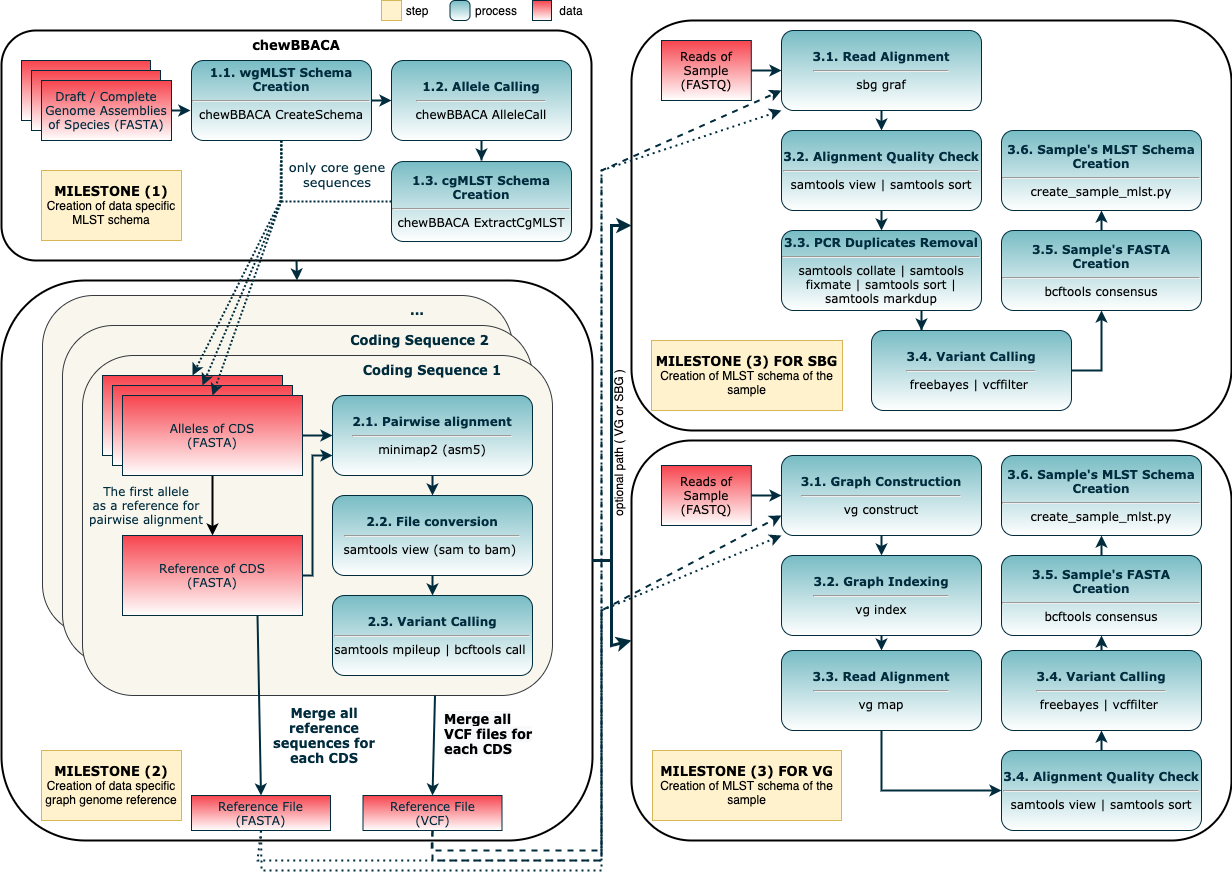
This is images/milestone_pipeline.png from fatmakahveci/milestone, a draw.io export, as it was before one commit. Source tidied: cells renumbered, new cells last; positions are measured from the earlier drawing's top-left corner, leaving out a move shared by most shapes.
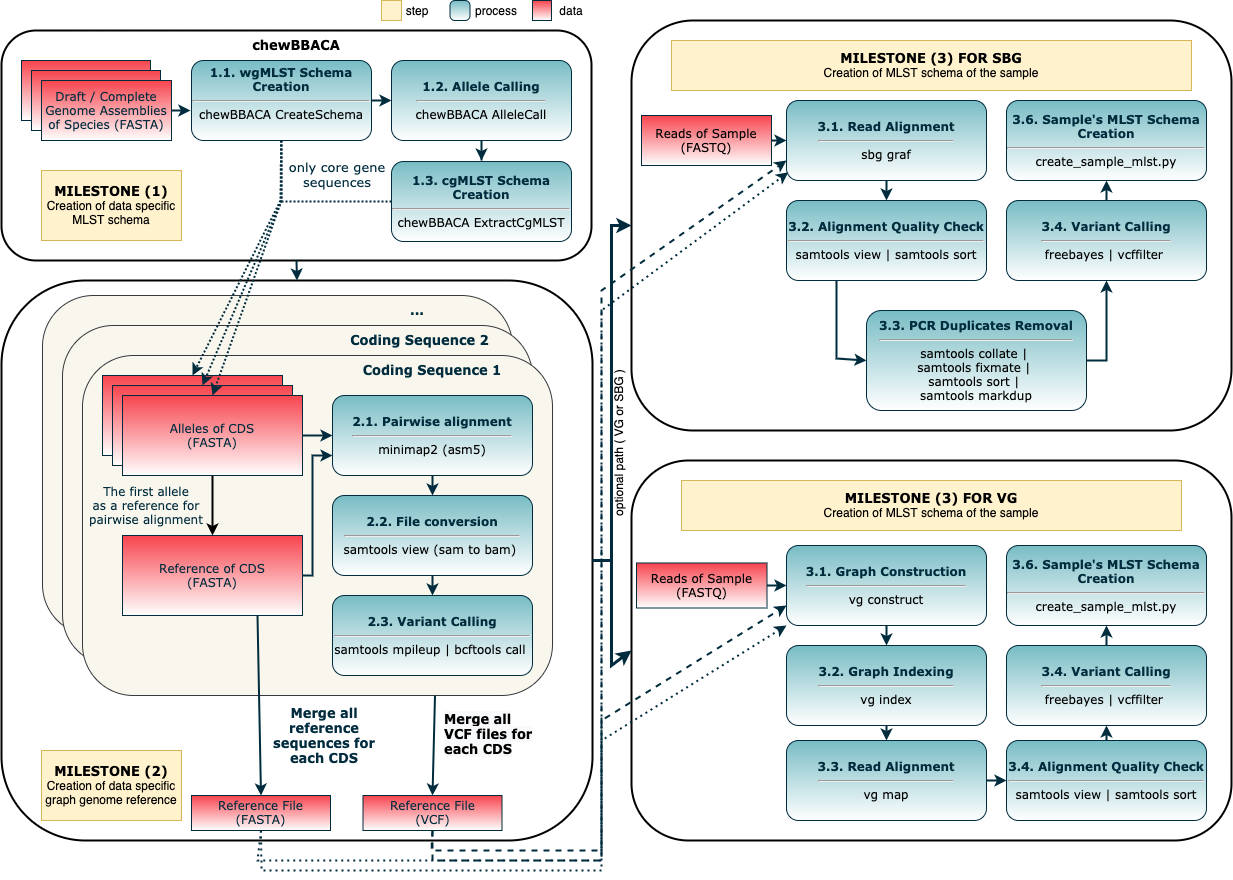
Later version of the same file.

Change to the diagram source:
```diff
@@ -11,3 +11,3 @@
     <mxCell id="4" style="rounded=1;whiteSpace=wrap;html=1;fillColor=none;strokeWidth=2;fontFamily=Verdana;" parent="1" vertex="1">
-      <mxGeometry x="630" y="440" width="600" height="400" as="geometry" />
+      <mxGeometry x="630" y="460" width="600" height="380" as="geometry" />
     </mxCell>
@@ -126,6 +126,6 @@
     <mxCell id="38" value="&lt;font color=&quot;#002c3e&quot;&gt;3.1. Graph Construction&lt;br&gt;&lt;/font&gt;&lt;hr&gt;&lt;span style=&quot;font-weight: 400&quot;&gt;vg construct&lt;/span&gt;" style="rounded=1;whiteSpace=wrap;html=1;fillColor=#78BCC4;strokeColor=#002C3E;glass=0;gradientColor=#ffffff;fontFamily=Verdana;fontStyle=1;" parent="1" vertex="1">
-      <mxGeometry x="780" y="455" width="200" height="80" as="geometry" />
+      <mxGeometry x="785" y="545" width="200" height="80" as="geometry" />
     </mxCell>
     <mxCell id="39" value="Reads of Sample&lt;br&gt;(FASTQ)" style="rounded=0;whiteSpace=wrap;html=1;fillColor=#F7444E;strokeColor=#002C3E;glass=0;gradientColor=#ffffff;fontFamily=Verdana;fontStyle=0;" parent="1" vertex="1">
-      <mxGeometry x="660" y="465" width="89.8" height="60" as="geometry" />
+      <mxGeometry x="635" y="562.5" width="130.5" height="45" as="geometry" />
     </mxCell>
@@ -184,3 +184,3 @@
     <mxCell id="50" value="&lt;span style=&quot;font-family: &amp;#34;verdana&amp;#34; ; font-size: 13px ; font-weight: 700&quot;&gt;MILESTONE (3) FOR VG&lt;br&gt;&lt;/span&gt;Creation of MLST schema of the sample" style="text;html=1;strokeColor=#d6b656;fillColor=#fff2cc;align=center;verticalAlign=middle;whiteSpace=wrap;rounded=0;" parent="1" vertex="1">
-      <mxGeometry x="651" y="750" width="189" height="70" as="geometry" />
+      <mxGeometry x="680" y="480" width="500" height="50" as="geometry" />
     </mxCell>
@@ -197,3 +197,3 @@
           <mxPoint x="610" y="600" />
-          <mxPoint x="610" y="645" />
+          <mxPoint x="610" y="665" />
         </Array>
@@ -202,3 +202,3 @@
     <mxCell id="54" value="&lt;font color=&quot;#002c3e&quot;&gt;3.6. Sample's MLST Schema Creation&lt;br&gt;&lt;/font&gt;&lt;hr&gt;&lt;span style=&quot;font-weight: 400&quot;&gt;create_sample_mlst.py&lt;/span&gt;" style="rounded=1;whiteSpace=wrap;html=1;fillColor=#78BCC4;strokeColor=#002C3E;glass=0;gradientColor=#ffffff;fontFamily=Verdana;fontStyle=1;" parent="1" vertex="1">
-      <mxGeometry x="1000" y="130" width="200" height="80" as="geometry" />
+      <mxGeometry x="1005" y="100" width="200" height="80" as="geometry" />
     </mxCell>
@@ -234,9 +234,9 @@
     <mxCell id="63" value="&lt;span style=&quot;font-family: &amp;#34;verdana&amp;#34; ; font-size: 13px ; font-weight: 700&quot;&gt;MILESTONE (3) FOR SBG&lt;br&gt;&lt;/span&gt;Creation of MLST schema of the sample" style="text;html=1;strokeColor=#d6b656;fillColor=#fff2cc;align=center;verticalAlign=middle;whiteSpace=wrap;rounded=0;" parent="1" vertex="1">
-      <mxGeometry x="650" y="340" width="191" height="70" as="geometry" />
+      <mxGeometry x="670" y="40" width="520" height="50" as="geometry" />
     </mxCell>
     <mxCell id="64" value="&lt;font color=&quot;#002c3e&quot;&gt;3.1. Read Alignment&lt;br&gt;&lt;/font&gt;&lt;hr&gt;&lt;span style=&quot;font-weight: 400&quot;&gt;sbg graf&lt;/span&gt;" style="rounded=1;whiteSpace=wrap;html=1;fillColor=#78BCC4;strokeColor=#002C3E;glass=0;gradientColor=#ffffff;fontFamily=Verdana;fontStyle=1;" parent="1" vertex="1">
-      <mxGeometry x="780" y="30" width="200" height="80" as="geometry" />
+      <mxGeometry x="785" y="100" width="200" height="80" as="geometry" />
     </mxCell>
     <mxCell id="65" value="Reads of Sample&lt;br&gt;(FASTQ)" style="rounded=0;whiteSpace=wrap;html=1;fillColor=#F7444E;strokeColor=#002C3E;glass=0;gradientColor=#ffffff;fontFamily=Verdana;fontStyle=0;" parent="1" vertex="1">
-      <mxGeometry x="660" y="40" width="89.8" height="60" as="geometry" />
+      <mxGeometry x="640" y="115" width="130" height="50" as="geometry" />
     </mxCell>
@@ -246,3 +246,3 @@
     <mxCell id="67" value="&lt;font color=&quot;#002c3e&quot;&gt;3.2. Graph Indexing&lt;br&gt;&lt;/font&gt;&lt;hr&gt;&lt;span style=&quot;font-weight: 400&quot;&gt;vg index&lt;/span&gt;" style="rounded=1;whiteSpace=wrap;html=1;fillColor=#78BCC4;strokeColor=#002C3E;glass=0;gradientColor=#ffffff;fontFamily=Verdana;fontStyle=1;" parent="1" vertex="1">
-      <mxGeometry x="780" y="555" width="200" height="80" as="geometry" />
+      <mxGeometry x="785" y="645" width="200" height="80" as="geometry" />
     </mxCell>
@@ -252,9 +252,9 @@
     <mxCell id="69" value="&lt;font color=&quot;#002c3e&quot;&gt;3.3. Read Alignment&lt;br&gt;&lt;/font&gt;&lt;hr&gt;&lt;span style=&quot;font-weight: 400&quot;&gt;vg map&lt;/span&gt;" style="rounded=1;whiteSpace=wrap;html=1;fillColor=#78BCC4;strokeColor=#002C3E;glass=0;gradientColor=#ffffff;fontFamily=Verdana;fontStyle=1;" parent="1" vertex="1">
-      <mxGeometry x="780" y="650" width="200" height="80" as="geometry" />
+      <mxGeometry x="785" y="740" width="200" height="80" as="geometry" />
     </mxCell>
     <mxCell id="70" value="&lt;font color=&quot;#002c3e&quot;&gt;3.2. Alignment Quality Check&lt;br&gt;&lt;/font&gt;&lt;hr&gt;&lt;span style=&quot;font-weight: 400&quot;&gt;samtools view | samtools sort&lt;/span&gt;" style="rounded=1;whiteSpace=wrap;html=1;fillColor=#78BCC4;strokeColor=#002C3E;glass=0;gradientColor=#ffffff;fontFamily=Verdana;fontStyle=1;" parent="1" vertex="1">
-      <mxGeometry x="780" y="130" width="200" height="80" as="geometry" />
+      <mxGeometry x="785" y="200" width="200" height="80" as="geometry" />
     </mxCell>
-    <mxCell id="71" value="&lt;font color=&quot;#002c3e&quot;&gt;3.3. PCR Duplicates Removal&lt;br&gt;&lt;/font&gt;&lt;hr&gt;&lt;span style=&quot;font-weight: 400&quot;&gt;samtools collate | samtools fixmate | samtools sort | samtools markdup&lt;/span&gt;" style="rounded=1;whiteSpace=wrap;html=1;fillColor=#78BCC4;strokeColor=#002C3E;glass=0;gradientColor=#ffffff;fontFamily=Verdana;fontStyle=1;" parent="1" vertex="1">
-      <mxGeometry x="780" y="230" width="200" height="80" as="geometry" />
+    <mxCell id="71" value="&lt;font color=&quot;#002c3e&quot;&gt;3.3. PCR Duplicates Removal&lt;br&gt;&lt;/font&gt;&lt;hr&gt;&lt;span style=&quot;font-weight: 400&quot;&gt;samtools collate | &lt;br&gt;samtools fixmate | &lt;br&gt;samtools sort | &lt;br&gt;samtools markdup&lt;/span&gt;" style="rounded=1;whiteSpace=wrap;html=1;fillColor=#78BCC4;strokeColor=#002C3E;glass=0;gradientColor=#ffffff;fontFamily=Verdana;fontStyle=1;" parent="1" vertex="1">
+      <mxGeometry x="865" y="310" width="220" height="100" as="geometry" />
     </mxCell>
@@ -263,97 +263,79 @@
     </mxCell>
-    <mxCell id="73" style="endArrow=classic;html=1;strokeColor=#002C3E;strokeWidth=2;shadow=0;rounded=0;entryX=0.5;entryY=0;entryDx=0;entryDy=0;fontFamily=Verdana;" parent="1" edge="1" source="70" target="71">
-      <mxGeometry relative="1" as="geometry" />
+    <mxCell id="73" style="endArrow=classic;html=1;strokeColor=#002C3E;strokeWidth=2;shadow=0;rounded=0;entryX=0;entryY=0.5;entryDx=0;entryDy=0;fontFamily=Verdana;exitX=0.25;exitY=1;exitDx=0;exitDy=0;" parent="1" edge="1" source="70" target="71">
+      <mxGeometry relative="1" as="geometry">
+        <Array as="points">
+          <mxPoint x="835" y="358" />
+        </Array>
+      </mxGeometry>
     </mxCell>
     <mxCell id="74" value="&lt;font color=&quot;#002c3e&quot;&gt;3.4. Variant Calling&lt;br&gt;&lt;/font&gt;&lt;hr&gt;&lt;span style=&quot;font-weight: 400&quot;&gt;freebayes | vcffilter&amp;nbsp;&lt;/span&gt;" style="rounded=1;whiteSpace=wrap;html=1;fillColor=#78BCC4;strokeColor=#002C3E;glass=0;gradientColor=#ffffff;fontFamily=Verdana;fontStyle=1;" parent="1" vertex="1">
-      <mxGeometry x="870" y="330" width="200" height="80" as="geometry" />
+      <mxGeometry x="1005" y="200" width="200" height="80" as="geometry" />
     </mxCell>
-    <mxCell id="75" value="&lt;font color=&quot;#002c3e&quot;&gt;3.5. Sample's FASTA Creation&lt;br&gt;&lt;/font&gt;&lt;hr&gt;&lt;span style=&quot;font-weight: 400&quot;&gt;bcftools consensus&lt;/span&gt;" style="rounded=1;whiteSpace=wrap;html=1;fillColor=#78BCC4;strokeColor=#002C3E;glass=0;gradientColor=#ffffff;fontFamily=Verdana;fontStyle=1;" parent="1" vertex="1">
-      <mxGeometry x="1000" y="230" width="200" height="80" as="geometry" />
+    <mxCell id="75" style="endArrow=classic;html=1;strokeColor=#002C3E;strokeWidth=2;shadow=0;rounded=0;fontFamily=Verdana;exitX=1;exitY=0.5;exitDx=0;exitDy=0;entryX=0.5;entryY=1;entryDx=0;entryDy=0;" parent="1" edge="1" source="71" target="74">
+      <mxGeometry relative="1" as="geometry">
+        <Array as="points">
+          <mxPoint x="1105" y="360" />
+        </Array>
+      </mxGeometry>
     </mxCell>
-    <mxCell id="76" style="endArrow=classic;html=1;strokeColor=#002C3E;strokeWidth=2;shadow=0;rounded=0;fontFamily=Verdana;" parent="1" edge="1">
-      <mxGeometry relative="1" as="geometry">
-        <mxPoint x="920" y="310" as="sourcePoint" />
-        <mxPoint x="920" y="330" as="targetPoint" />
-        <Array as="points">
-          <mxPoint x="920" y="330" />
-        </Array>
-      </mxGeometry>
+    <mxCell id="76" style="endArrow=classic;html=1;strokeColor=#002C3E;strokeWidth=2;shadow=0;rounded=0;entryX=0.5;entryY=1;entryDx=0;entryDy=0;fontFamily=Verdana;exitX=0.5;exitY=0;exitDx=0;exitDy=0;" parent="1" edge="1" source="74" target="54">
+      <mxGeometry relative="1" as="geometry" />
     </mxCell>
-    <mxCell id="77" style="endArrow=classic;html=1;strokeColor=#002C3E;strokeWidth=2;shadow=0;rounded=0;entryX=0.5;entryY=1;entryDx=0;entryDy=0;fontFamily=Verdana;exitX=1;exitY=0.5;exitDx=0;exitDy=0;" parent="1" edge="1" source="74" target="75">
-      <mxGeometry relative="1" as="geometry">
-        <Array as="points">
-          <mxPoint x="1100" y="370" />
-        </Array>
-      </mxGeometry>
+    <mxCell id="77" value="&lt;font color=&quot;#002c3e&quot;&gt;3.4. Alignment Quality Check&lt;br&gt;&lt;/font&gt;&lt;hr&gt;&lt;span style=&quot;font-weight: 400&quot;&gt;samtools view | samtools sort&lt;/span&gt;" style="rounded=1;whiteSpace=wrap;html=1;fillColor=#78BCC4;strokeColor=#002C3E;glass=0;gradientColor=#ffffff;fontFamily=Verdana;fontStyle=1;" parent="1" vertex="1">
+      <mxGeometry x="1005" y="740" width="200" height="80" as="geometry" />
     </mxCell>
-    <mxCell id="78" style="endArrow=classic;html=1;strokeColor=#002C3E;strokeWidth=2;shadow=0;rounded=0;fontFamily=Verdana;exitX=0.5;exitY=0;exitDx=0;exitDy=0;entryX=0.5;entryY=1;entryDx=0;entryDy=0;" parent="1" edge="1" source="75" target="54">
+    <mxCell id="78" style="endArrow=classic;html=1;strokeColor=#002C3E;strokeWidth=2;shadow=0;rounded=0;fontFamily=Verdana;exitX=1;exitY=0.5;exitDx=0;exitDy=0;entryX=0;entryY=0.5;entryDx=0;entryDy=0;" parent="1" edge="1" source="69" target="77">
       <mxGeometry relative="1" as="geometry" />
     </mxCell>
-    <mxCell id="79" value="&lt;font color=&quot;#002c3e&quot;&gt;3.4. Alignment Quality Check&lt;br&gt;&lt;/font&gt;&lt;hr&gt;&lt;span style=&quot;font-weight: 400&quot;&gt;samtools view | samtools sort&lt;/span&gt;" style="rounded=1;whiteSpace=wrap;html=1;fillColor=#78BCC4;strokeColor=#002C3E;glass=0;gradientColor=#ffffff;fontFamily=Verdana;fontStyle=1;" parent="1" vertex="1">
-      <mxGeometry x="1000" y="750" width="200" height="80" as="geometry" />
+    <mxCell id="79" value="&lt;font color=&quot;#002c3e&quot;&gt;3.6. Sample's MLST Schema Creation&lt;br&gt;&lt;/font&gt;&lt;hr&gt;&lt;span style=&quot;font-weight: 400&quot;&gt;create_sample_mlst.py&lt;/span&gt;" style="rounded=1;whiteSpace=wrap;html=1;fillColor=#78BCC4;strokeColor=#002C3E;glass=0;gradientColor=#ffffff;fontFamily=Verdana;fontStyle=1;" parent="1" vertex="1">
+      <mxGeometry x="1005" y="545" width="200" height="80" as="geometry" />
     </mxCell>
-    <mxCell id="80" style="endArrow=classic;html=1;strokeColor=#002C3E;strokeWidth=2;shadow=0;rounded=0;entryX=0;entryY=0.5;entryDx=0;entryDy=0;fontFamily=Verdana;exitX=0.5;exitY=1;exitDx=0;exitDy=0;" parent="1" edge="1" source="69" target="79">
-      <mxGeometry relative="1" as="geometry">
-        <Array as="points">
-          <mxPoint x="880" y="790" />
-        </Array>
-      </mxGeometry>
+    <mxCell id="80" value="&lt;font color=&quot;#002c3e&quot;&gt;3.4. Variant Calling&lt;br&gt;&lt;/font&gt;&lt;hr&gt;&lt;span style=&quot;font-weight: 400&quot;&gt;freebayes | vcffilter&amp;nbsp;&lt;/span&gt;" style="rounded=1;whiteSpace=wrap;html=1;fillColor=#78BCC4;strokeColor=#002C3E;glass=0;gradientColor=#ffffff;fontFamily=Verdana;fontStyle=1;" parent="1" vertex="1">
+      <mxGeometry x="1005" y="645" width="200" height="80" as="geometry" />
     </mxCell>
-    <mxCell id="81" value="&lt;font color=&quot;#002c3e&quot;&gt;3.6. Sample's MLST Schema Creation&lt;br&gt;&lt;/font&gt;&lt;hr&gt;&lt;span style=&quot;font-weight: 400&quot;&gt;create_sample_mlst.py&lt;/span&gt;" style="rounded=1;whiteSpace=wrap;html=1;fillColor=#78BCC4;strokeColor=#002C3E;glass=0;gradientColor=#ffffff;fontFamily=Verdana;fontStyle=1;" parent="1" vertex="1">
-      <mxGeometry x="1000" y="455" width="200" height="80" as="geometry" />
+    <mxCell id="81" style="endArrow=classic;html=1;strokeColor=#002C3E;strokeWidth=2;shadow=0;rounded=0;entryX=0.5;entryY=0;entryDx=0;entryDy=0;exitX=0.5;exitY=1;exitDx=0;exitDy=0;fontFamily=Verdana;" parent="1" edge="1" source="67" target="69">
+      <mxGeometry relative="1" as="geometry" />
     </mxCell>
-    <mxCell id="82" value="&lt;font color=&quot;#002c3e&quot;&gt;3.4. Variant Calling&lt;br&gt;&lt;/font&gt;&lt;hr&gt;&lt;span style=&quot;font-weight: 400&quot;&gt;freebayes | vcffilter&amp;nbsp;&lt;/span&gt;" style="rounded=1;whiteSpace=wrap;html=1;fillColor=#78BCC4;strokeColor=#002C3E;glass=0;gradientColor=#ffffff;fontFamily=Verdana;fontStyle=1;" parent="1" vertex="1">
-      <mxGeometry x="1000" y="650" width="200" height="80" as="geometry" />
+    <mxCell id="82" style="endArrow=classic;html=1;strokeColor=#002C3E;strokeWidth=2;shadow=0;rounded=0;entryX=0.5;entryY=1;entryDx=0;entryDy=0;fontFamily=Verdana;exitX=0.5;exitY=0;exitDx=0;exitDy=0;" parent="1" edge="1" source="77" target="80">
+      <mxGeometry relative="1" as="geometry" />
     </mxCell>
-    <mxCell id="83" value="&lt;font color=&quot;#002c3e&quot;&gt;3.5. Sample's FASTA Creation&lt;br&gt;&lt;/font&gt;&lt;hr&gt;&lt;span style=&quot;font-weight: 400&quot;&gt;bcftools consensus&lt;/span&gt;" style="rounded=1;whiteSpace=wrap;html=1;fillColor=#78BCC4;strokeColor=#002C3E;glass=0;gradientColor=#ffffff;fontFamily=Verdana;fontStyle=1;" parent="1" vertex="1">
-      <mxGeometry x="1000" y="555" width="200" height="80" as="geometry" />
+    <mxCell id="83" style="endArrow=classic;html=1;strokeColor=#002C3E;strokeWidth=2;shadow=0;rounded=0;fontFamily=Verdana;exitX=0.5;exitY=0;exitDx=0;exitDy=0;" parent="1" edge="1" source="80" target="79">
+      <mxGeometry relative="1" as="geometry" />
     </mxCell>
-    <mxCell id="84" style="endArrow=classic;html=1;strokeColor=#002C3E;strokeWidth=2;shadow=0;rounded=0;entryX=0.5;entryY=0;entryDx=0;entryDy=0;exitX=0.5;exitY=1;exitDx=0;exitDy=0;fontFamily=Verdana;" parent="1" edge="1" source="67" target="69">
-      <mxGeometry relative="1" as="geometry" />
+    <mxCell id="84" style="endArrow=classic;html=1;strokeColor=#002C3E;strokeWidth=2;shadow=0;rounded=0;exitX=0.5;exitY=1;exitDx=0;exitDy=0;fontFamily=Verdana;entryX=0;entryY=0.75;entryDx=0;entryDy=0;dashed=1;" parent="1" edge="1" source="33" target="64">
+      <mxGeometry relative="1" as="geometry">
+        <Array as="points">
+          <mxPoint x="431" y="860" />
+          <mxPoint x="600" y="860" />
+          <mxPoint x="600" y="290" />
+        </Array>
+      </mxGeometry>
     </mxCell>
-    <mxCell id="85" style="endArrow=classic;html=1;strokeColor=#002C3E;strokeWidth=2;shadow=0;rounded=0;entryX=0.5;entryY=1;entryDx=0;entryDy=0;fontFamily=Verdana;exitX=0.5;exitY=0;exitDx=0;exitDy=0;" parent="1" edge="1" source="79" target="82">
-      <mxGeometry relative="1" as="geometry" />
+    <mxCell id="85" style="endArrow=classic;html=1;strokeColor=#002C3E;strokeWidth=2;shadow=0;rounded=0;exitX=0.5;exitY=1;exitDx=0;exitDy=0;fontFamily=Verdana;entryX=0;entryY=0.75;entryDx=0;entryDy=0;dashed=1;" parent="1" edge="1" source="33" target="38">
+      <mxGeometry relative="1" as="geometry">
+        <Array as="points">
+          <mxPoint x="430" y="850" />
+          <mxPoint x="600" y="850" />
+          <mxPoint x="600" y="720" />
+        </Array>
+      </mxGeometry>
     </mxCell>
-    <mxCell id="86" style="endArrow=classic;html=1;strokeColor=#002C3E;strokeWidth=2;shadow=0;rounded=0;entryX=0.5;entryY=1;entryDx=0;entryDy=0;fontFamily=Verdana;exitX=0.5;exitY=0;exitDx=0;exitDy=0;" parent="1" edge="1" source="82" target="83">
-      <mxGeometry relative="1" as="geometry" />
+    <mxCell id="86" style="endArrow=classic;html=1;strokeColor=#002C3E;strokeWidth=2;shadow=0;rounded=0;exitX=0.5;exitY=1;exitDx=0;exitDy=0;fontFamily=Verdana;entryX=0;entryY=1;entryDx=0;entryDy=0;dashed=1;dashPattern=1 2;" parent="1" edge="1" source="35" target="38">
+      <mxGeometry relative="1" as="geometry">
+        <Array as="points">
+          <mxPoint x="256" y="860" />
+          <mxPoint x="600" y="860" />
+          <mxPoint x="600" y="740" />
+        </Array>
+      </mxGeometry>
     </mxCell>
-    <mxCell id="87" style="endArrow=classic;html=1;strokeColor=#002C3E;strokeWidth=2;shadow=0;rounded=0;fontFamily=Verdana;exitX=0.5;exitY=0;exitDx=0;exitDy=0;" parent="1" edge="1" source="83" target="81">
-      <mxGeometry relative="1" as="geometry" />
+    <mxCell id="87" style="endArrow=classic;html=1;strokeColor=#002C3E;strokeWidth=2;shadow=0;rounded=0;exitX=0.5;exitY=1;exitDx=0;exitDy=0;fontFamily=Verdana;entryX=0.009;entryY=0.898;entryDx=0;entryDy=0;dashed=1;dashPattern=1 2;entryPerimeter=0;" parent="1" edge="1" source="35" target="64">
+      <mxGeometry relative="1" as="geometry">
+        <Array as="points">
+          <mxPoint x="260" y="870" />
+          <mxPoint x="600" y="870" />
+          <mxPoint x="600" y="310" />
+        </Array>
+      </mxGeometry>
     </mxCell>
-    <mxCell id="88" style="endArrow=classic;html=1;strokeColor=#002C3E;strokeWidth=2;shadow=0;rounded=0;exitX=0.5;exitY=1;exitDx=0;exitDy=0;fontFamily=Verdana;entryX=0;entryY=0.75;entryDx=0;entryDy=0;dashed=1;" parent="1" edge="1" source="33" target="64">
-      <mxGeometry relative="1" as="geometry">
-        <Array as="points">
-          <mxPoint x="431" y="860" />
-          <mxPoint x="600" y="860" />
-          <mxPoint x="600" y="170" />
-        </Array>
-      </mxGeometry>
-    </mxCell>
-    <mxCell id="89" style="endArrow=classic;html=1;strokeColor=#002C3E;strokeWidth=2;shadow=0;rounded=0;exitX=0.5;exitY=1;exitDx=0;exitDy=0;fontFamily=Verdana;entryX=0;entryY=0.75;entryDx=0;entryDy=0;dashed=1;" parent="1" edge="1" source="33" target="38">
-      <mxGeometry relative="1" as="geometry">
-        <Array as="points">
-          <mxPoint x="430" y="850" />
-          <mxPoint x="600" y="850" />
-          <mxPoint x="600" y="610" />
-        </Array>
-      </mxGeometry>
-    </mxCell>
-    <mxCell id="90" style="endArrow=classic;html=1;strokeColor=#002C3E;strokeWidth=2;shadow=0;rounded=0;exitX=0.5;exitY=1;exitDx=0;exitDy=0;fontFamily=Verdana;entryX=0;entryY=1;entryDx=0;entryDy=0;dashed=1;dashPattern=1 2;" parent="1" edge="1" source="35" target="38">
-      <mxGeometry relative="1" as="geometry">
-        <Array as="points">
-          <mxPoint x="256" y="860" />
-          <mxPoint x="600" y="860" />
-          <mxPoint x="600" y="610" />
-        </Array>
-      </mxGeometry>
-    </mxCell>
-    <mxCell id="91" style="endArrow=classic;html=1;strokeColor=#002C3E;strokeWidth=2;shadow=0;rounded=0;exitX=0.5;exitY=1;exitDx=0;exitDy=0;fontFamily=Verdana;entryX=0;entryY=1;entryDx=0;entryDy=0;dashed=1;dashPattern=1 2;" parent="1" edge="1" source="35" target="64">
-      <mxGeometry relative="1" as="geometry">
-        <Array as="points">
-          <mxPoint x="260" y="870" />
-          <mxPoint x="600" y="870" />
-          <mxPoint x="600" y="170" />
-        </Array>
-      </mxGeometry>
-    </mxCell>
   </root>
```
